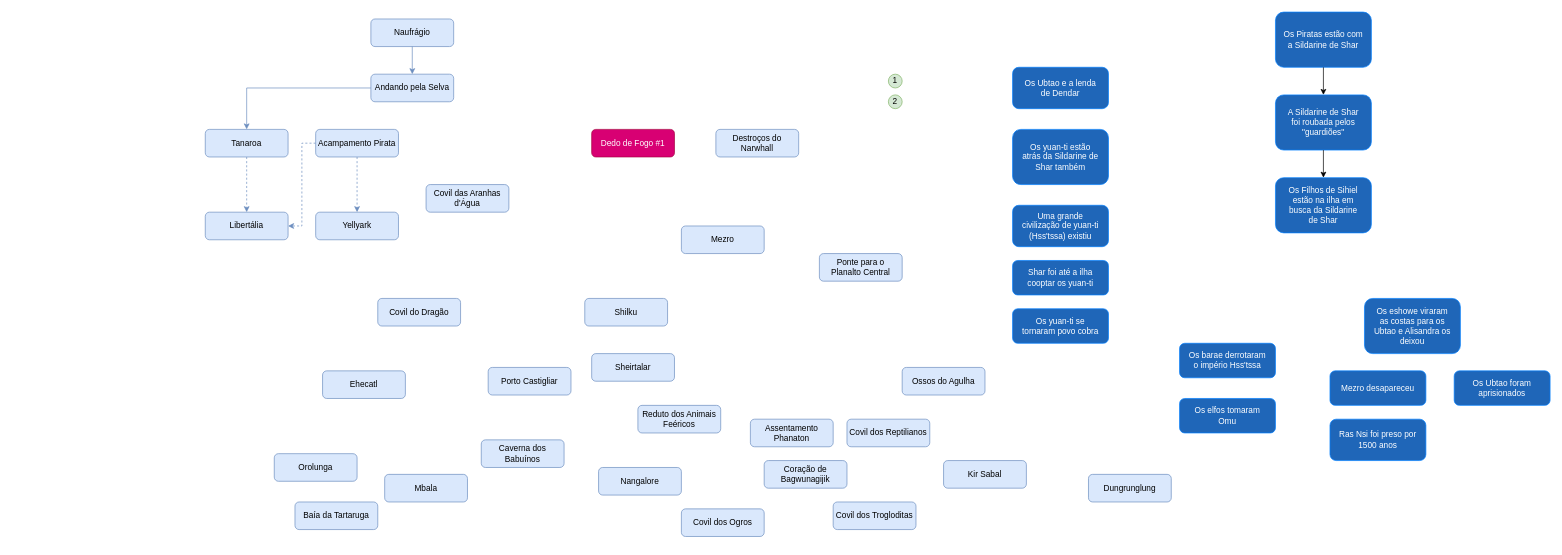
Earlier version of the draw.io diagram Untitled Diagram.drawio (Douglas-Flores/sons_of_war). Source tidied: cells renumbered, new cells numbered last; positions are measured from the earlier drawing's top-left corner, leaving out a move shared by most shapes. Both pictures are drawn from the tidied source at 69%, with x=0, y=0 at pixel (205, 12).
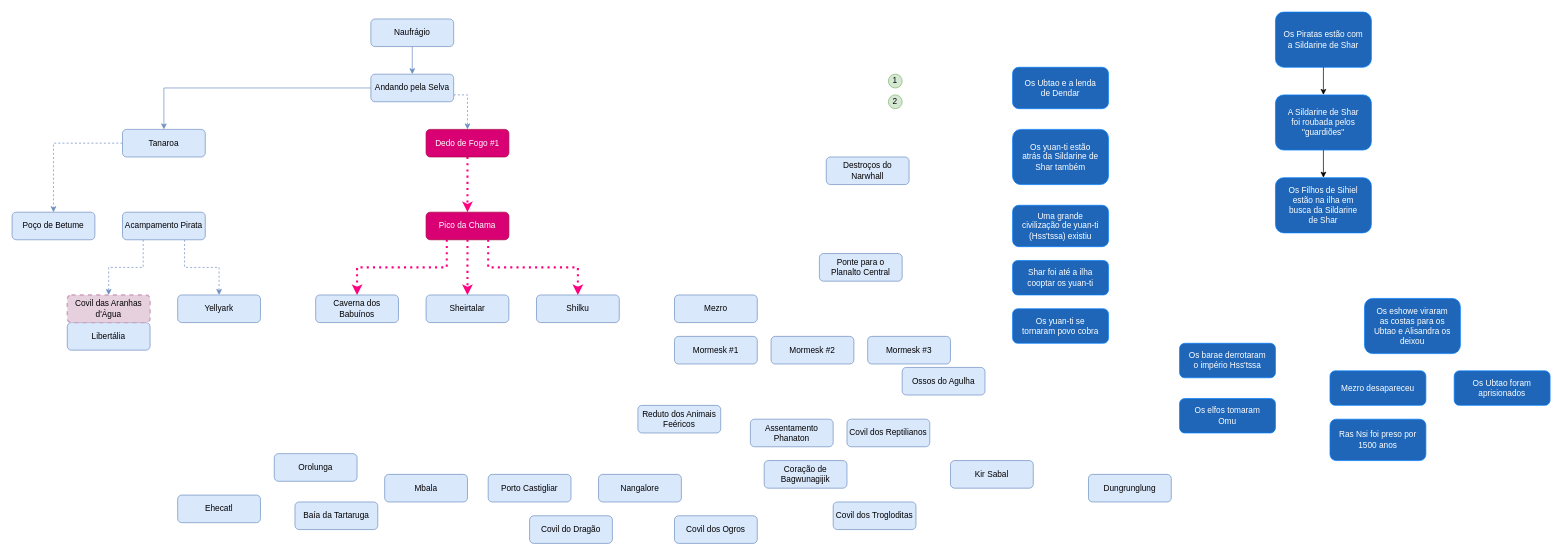
The same diagram, later.

The change refers to these unchanged cells:
```xml
<mxCell id="4" value="Andando pela Selva" style="rounded=1;whiteSpace=wrap;html=1;fillColor=#dae8fc;strokeColor=#6c8ebf;" parent="1" vertex="1">
  <mxGeometry x="240" y="90" width="120" height="40" as="geometry" />
</mxCell>
```

Change to the diagram source:
```diff
@@
+    <mxCell id="55" style="edgeStyle=orthogonalEdgeStyle;rounded=0;jettySize=auto;html=1;exitX=1;exitY=0.75;exitDx=0;exitDy=0;entryX=0.5;entryY=0;entryDx=0;entryDy=0;dashed=1;fontFamily=Helvetica;fontColor=#FFFFFF;strokeColor=#6C8EBF;" parent="1" edge="1" source="4" target="34">
+      <mxGeometry relative="1" as="geometry" />
+    </mxCell>
@@
-    <mxCell id="24" style="edgeStyle=orthogonalEdgeStyle;rounded=0;jettySize=auto;html=1;fontFamily=Helvetica;fontColor=#FFFFFF;fillColor=#dae8fc;strokeColor=#6C8EBF;dashed=1;" parent="1" edge="1" source="25" target="28">
-      <mxGeometry relative="1" as="geometry" />
-    </mxCell>
+    <mxCell id="56" style="edgeStyle=orthogonalEdgeStyle;rounded=0;jettySize=auto;html=1;exitX=0;exitY=0.5;exitDx=0;exitDy=0;dashed=1;fontFamily=Helvetica;fontColor=#FFFFFF;strokeColor=#6C8EBF;strokeWidth=1;" parent="1" edge="1" source="25" target="66">
+      <mxGeometry relative="1" as="geometry" />
+    </mxCell>
     <mxCell id="25" value="Tanaroa" style="rounded=1;whiteSpace=wrap;html=1;fillColor=#dae8fc;strokeColor=#6c8ebf;" parent="1" vertex="1">
-      <mxGeometry y="170" width="120" height="40" as="geometry" />
+      <mxGeometry x="-120" y="170" width="120" height="40" as="geometry" />
     </mxCell>
     <mxCell id="26" value="Destroços do Narwhall" style="rounded=1;whiteSpace=wrap;html=1;fillColor=#dae8fc;strokeColor=#6c8ebf;" parent="1" vertex="1">
-      <mxGeometry x="740" y="170" width="120" height="40" as="geometry" />
+      <mxGeometry x="900" y="210" width="120" height="40" as="geometry" />
     </mxCell>
-    <mxCell id="27" value="Covil das Aranhas d'Água" style="rounded=1;whiteSpace=wrap;html=1;fillColor=#dae8fc;strokeColor=#6c8ebf;" parent="1" vertex="1">
-      <mxGeometry x="320" y="250" width="120" height="40" as="geometry" />
-    </mxCell>
     <mxCell id="28" value="Libertália" style="rounded=1;whiteSpace=wrap;html=1;fillColor=#dae8fc;strokeColor=#6c8ebf;" parent="1" vertex="1">
-      <mxGeometry y="290" width="120" height="40" as="geometry" />
+      <mxGeometry x="-200" y="450" width="120" height="40" as="geometry" />
     </mxCell>
-    <mxCell id="29" style="edgeStyle=orthogonalEdgeStyle;rounded=0;jettySize=auto;html=1;exitX=0;exitY=0.5;exitDx=0;exitDy=0;entryX=1;entryY=0.5;entryDx=0;entryDy=0;dashed=1;fontFamily=Helvetica;fontColor=#FFFFFF;strokeColor=#6C8EBF;fillColor=#b1ddf0;" parent="1" edge="1" source="31" target="28">
-      <mxGeometry relative="1" as="geometry" />
-    </mxCell>
-    <mxCell id="30" style="edgeStyle=orthogonalEdgeStyle;rounded=0;jettySize=auto;html=1;exitX=0.5;exitY=1;exitDx=0;exitDy=0;dashed=1;fontFamily=Helvetica;fontColor=#FFFFFF;strokeColor=#6C8EBF;" parent="1" edge="1" source="31" target="32">
+    <mxCell id="30" style="edgeStyle=orthogonalEdgeStyle;rounded=0;jettySize=auto;html=1;exitX=0.75;exitY=1;exitDx=0;exitDy=0;dashed=1;fontFamily=Helvetica;fontColor=#FFFFFF;strokeColor=#6C8EBF;entryX=0.5;entryY=0;entryDx=0;entryDy=0;" parent="1" edge="1" source="31" target="32">
       <mxGeometry relative="1" as="geometry" />
     </mxCell>
+    <mxCell id="57" style="edgeStyle=orthogonalEdgeStyle;rounded=0;jettySize=auto;html=1;exitX=0.25;exitY=1;exitDx=0;exitDy=0;entryX=0.5;entryY=0;entryDx=0;entryDy=0;dashed=1;fontFamily=Helvetica;fontColor=#FFFFFF;strokeColor=#6C8EBF;strokeWidth=1;" parent="1" edge="1" source="31" target="27">
+      <mxGeometry relative="1" as="geometry" />
+    </mxCell>
     <mxCell id="31" value="Acampamento Pirata" style="rounded=1;whiteSpace=wrap;html=1;fillColor=#dae8fc;strokeColor=#6c8ebf;" parent="1" vertex="1">
-      <mxGeometry x="160" y="170" width="120" height="40" as="geometry" />
+      <mxGeometry x="-120" y="290" width="120" height="40" as="geometry" />
     </mxCell>
     <mxCell id="32" value="Yellyark" style="rounded=1;whiteSpace=wrap;html=1;fillColor=#dae8fc;strokeColor=#6c8ebf;" parent="1" vertex="1">
-      <mxGeometry x="160" y="290" width="120" height="40" as="geometry" />
+      <mxGeometry x="-40" y="410" width="120" height="40" as="geometry" />
     </mxCell>
     <mxCell id="33" value="Shilku" style="rounded=1;whiteSpace=wrap;html=1;fillColor=#dae8fc;strokeColor=#6c8ebf;" parent="1" vertex="1">
-      <mxGeometry x="550" y="415" width="120" height="40" as="geometry" />
+      <mxGeometry x="480" y="410" width="120" height="40" as="geometry" />
     </mxCell>
+    <mxCell id="58" style="edgeStyle=orthogonalEdgeStyle;rounded=0;jettySize=auto;html=1;exitX=0.5;exitY=1;exitDx=0;exitDy=0;entryX=0.5;entryY=0;entryDx=0;entryDy=0;fontFamily=Helvetica;fontColor=#FFFFFF;strokeColor=#FF0080;dashed=1;dashPattern=1 2;strokeWidth=3;" parent="1" edge="1" source="34" target="62">
+      <mxGeometry relative="1" as="geometry" />
+    </mxCell>
     <mxCell id="34" value="Dedo de Fogo #1" style="rounded=1;whiteSpace=wrap;html=1;fillColor=#d80073;strokeColor=#A50040;fontColor=#ffffff;" parent="1" vertex="1">
-      <mxGeometry x="560" y="170" width="120" height="40" as="geometry" />
+      <mxGeometry x="320" y="170" width="120" height="40" as="geometry" />
     </mxCell>
     <mxCell id="35" value="Porto Castigliar" style="rounded=1;whiteSpace=wrap;html=1;fillColor=#dae8fc;strokeColor=#6c8ebf;" parent="1" vertex="1">
-      <mxGeometry x="410" y="515" width="120" height="40" as="geometry" />
+      <mxGeometry x="410" y="670" width="120" height="40" as="geometry" />
     </mxCell>
     <mxCell id="36" value="Sheirtalar" style="rounded=1;whiteSpace=wrap;html=1;fillColor=#dae8fc;strokeColor=#6c8ebf;" parent="1" vertex="1">
-      <mxGeometry x="560" y="495" width="120" height="40" as="geometry" />
+      <mxGeometry x="320" y="410" width="120" height="40" as="geometry" />
     </mxCell>
     <mxCell id="37" value="Mezro" style="rounded=1;whiteSpace=wrap;html=1;fillColor=#dae8fc;strokeColor=#6c8ebf;" parent="1" vertex="1">
-      <mxGeometry x="690" y="310" width="120" height="40" as="geometry" />
+      <mxGeometry x="680" y="410" width="120" height="40" as="geometry" />
     </mxCell>
@@
     <mxCell id="41" value="Caverna dos Babuínos" style="rounded=1;whiteSpace=wrap;html=1;fillColor=#dae8fc;strokeColor=#6c8ebf;" parent="1" vertex="1">
-      <mxGeometry x="400" y="620" width="120" height="40" as="geometry" />
+      <mxGeometry x="160" y="410" width="120" height="40" as="geometry" />
     </mxCell>
     <mxCell id="42" value="Nangalore" style="rounded=1;whiteSpace=wrap;html=1;fillColor=#dae8fc;strokeColor=#6c8ebf;" parent="1" vertex="1">
-      <mxGeometry x="570" y="660" width="120" height="40" as="geometry" />
+      <mxGeometry x="570" y="670" width="120" height="40" as="geometry" />
     </mxCell>
@@
     <mxCell id="45" value="Kir Sabal" style="rounded=1;whiteSpace=wrap;html=1;fillColor=#dae8fc;strokeColor=#6c8ebf;" parent="1" vertex="1">
-      <mxGeometry x="1070" y="650" width="120" height="40" as="geometry" />
+      <mxGeometry x="1080" y="650" width="120" height="40" as="geometry" />
     </mxCell>
@@
     <mxCell id="48" value="Ehecatl" style="rounded=1;whiteSpace=wrap;html=1;fillColor=#dae8fc;strokeColor=#6c8ebf;" parent="1" vertex="1">
-      <mxGeometry x="170" y="520" width="120" height="40" as="geometry" />
+      <mxGeometry x="-40" y="700" width="120" height="40" as="geometry" />
     </mxCell>
@@
     <mxCell id="50" value="Covil do Dragão" style="rounded=1;whiteSpace=wrap;html=1;fillColor=#dae8fc;strokeColor=#6c8ebf;" parent="1" vertex="1">
-      <mxGeometry x="250" y="415" width="120" height="40" as="geometry" />
+      <mxGeometry x="470" y="730" width="120" height="40" as="geometry" />
     </mxCell>
@@
     <mxCell id="54" value="Covil dos Ogros" style="rounded=1;whiteSpace=wrap;html=1;fillColor=#dae8fc;strokeColor=#6c8ebf;" parent="1" vertex="1">
-      <mxGeometry x="690" y="720" width="120" height="40" as="geometry" />
+      <mxGeometry x="680" y="730" width="120" height="40" as="geometry" />
     </mxCell>
+    <mxCell id="59" style="edgeStyle=orthogonalEdgeStyle;rounded=0;jettySize=auto;html=1;exitX=0.25;exitY=1;exitDx=0;exitDy=0;entryX=0.5;entryY=0;entryDx=0;entryDy=0;fontFamily=Helvetica;fontColor=#FFFFFF;strokeColor=#FF0080;strokeWidth=3;dashed=1;dashPattern=1 2;" parent="1" edge="1" source="62" target="41">
+      <mxGeometry relative="1" as="geometry" />
+    </mxCell>
+    <mxCell id="60" style="edgeStyle=orthogonalEdgeStyle;rounded=0;jettySize=auto;html=1;exitX=0.5;exitY=1;exitDx=0;exitDy=0;fontFamily=Helvetica;fontColor=#FFFFFF;strokeColor=#FF0080;dashed=1;dashPattern=1 2;strokeWidth=3;" parent="1" edge="1" source="62" target="36">
+      <mxGeometry relative="1" as="geometry" />
+    </mxCell>
+    <mxCell id="61" style="edgeStyle=orthogonalEdgeStyle;rounded=0;jettySize=auto;html=1;exitX=0.75;exitY=1;exitDx=0;exitDy=0;entryX=0.5;entryY=0;entryDx=0;entryDy=0;dashed=1;dashPattern=1 2;fontFamily=Helvetica;fontColor=#FFFFFF;strokeColor=#FF0080;strokeWidth=3;" parent="1" edge="1" source="62" target="33">
+      <mxGeometry relative="1" as="geometry" />
+    </mxCell>
+    <mxCell id="62" value="Pico da Chama" style="rounded=1;whiteSpace=wrap;html=1;fillColor=#d80073;strokeColor=#A50040;fontColor=#ffffff;" parent="1" vertex="1">
+      <mxGeometry x="320" y="290" width="120" height="40" as="geometry" />
+    </mxCell>
+    <mxCell id="63" value="Mormesk #1" style="rounded=1;whiteSpace=wrap;html=1;fillColor=#dae8fc;strokeColor=#6c8ebf;" parent="1" vertex="1">
+      <mxGeometry x="680" y="470" width="120" height="40" as="geometry" />
+    </mxCell>
+    <mxCell id="64" value="Mormesk #2" style="rounded=1;whiteSpace=wrap;html=1;fillColor=#dae8fc;strokeColor=#6c8ebf;" parent="1" vertex="1">
+      <mxGeometry x="820" y="470" width="120" height="40" as="geometry" />
+    </mxCell>
+    <mxCell id="65" value="Mormesk #3" style="rounded=1;whiteSpace=wrap;html=1;fillColor=#dae8fc;strokeColor=#6c8ebf;" parent="1" vertex="1">
+      <mxGeometry x="960" y="470" width="120" height="40" as="geometry" />
+    </mxCell>
+    <mxCell id="66" value="Poço de Betume" style="rounded=1;whiteSpace=wrap;html=1;fillColor=#dae8fc;strokeColor=#6c8ebf;" parent="1" vertex="1">
+      <mxGeometry x="-280" y="290" width="120" height="40" as="geometry" />
+    </mxCell>
+    <mxCell id="27" value="Covil das Aranhas d'Água" style="rounded=1;whiteSpace=wrap;html=1;fillColor=#E6D0DE;strokeColor=#CDA2BE;dashed=1;strokeWidth=2;" parent="1" vertex="1">
+      <mxGeometry x="-200" y="410" width="120" height="40" as="geometry" />
+    </mxCell>
```
